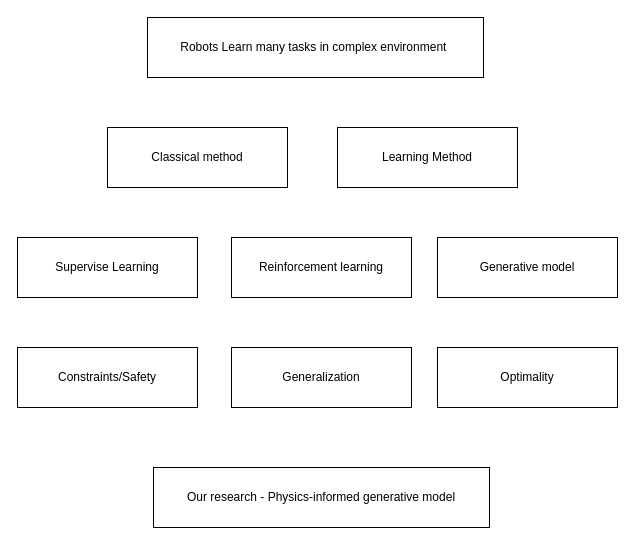
Before: Untitled Diagram.drawio in IanHuangYH/Paper_Submission_Chart, a draw.io diagram. Source tidied: cells renumbered, new cells numbered last; positions are measured from the earlier drawing's top-left corner, leaving out a move shared by most shapes. Both pictures are drawn from the tidied source at 100%, with x=0, y=0 at pixel (17, 17).
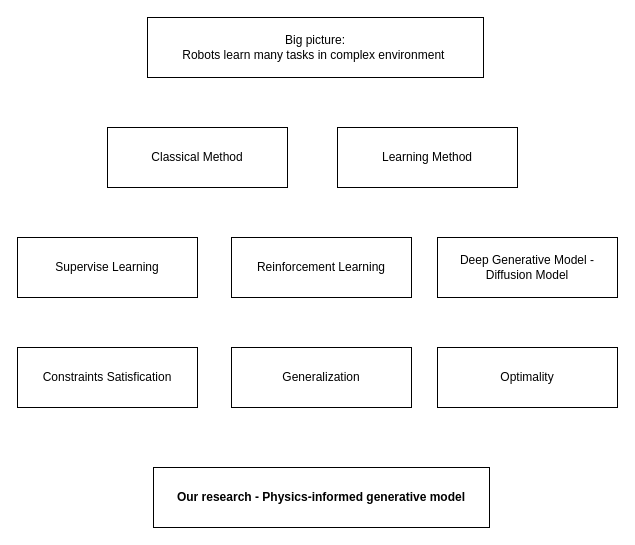
Above is the later version.

The edit, as a diff of the source:
```diff
@@
 <mxGraphModel>
   <root>
     <mxCell id="0" />
     <mxCell id="1" parent="0" />
-    <mxCell id="2" value="Robots Learn many tasks in complex environment&amp;nbsp;" style="rounded=0;whiteSpace=wrap;html=1;" parent="1" vertex="1">
+    <mxCell id="2" value="Big picture:&lt;br&gt;Robots learn many tasks in complex environment&amp;nbsp;" style="rounded=0;whiteSpace=wrap;html=1;" parent="1" vertex="1">
       <mxGeometry x="130" width="336" height="60" as="geometry" />
     </mxCell>
-    <mxCell id="3" value="Classical method" style="rounded=0;whiteSpace=wrap;html=1;" parent="1" vertex="1">
+    <mxCell id="3" value="Classical Method" style="rounded=0;whiteSpace=wrap;html=1;" parent="1" vertex="1">
       <mxGeometry x="90" y="110" width="180" height="60" as="geometry" />
     </mxCell>
     <mxCell id="4" value="Learning Method" style="rounded=0;whiteSpace=wrap;html=1;" parent="1" vertex="1">
       <mxGeometry x="320" y="110" width="180" height="60" as="geometry" />
     </mxCell>
     <mxCell id="5" value="Supervise Learning" style="rounded=0;whiteSpace=wrap;html=1;" parent="1" vertex="1">
       <mxGeometry y="220" width="180" height="60" as="geometry" />
     </mxCell>
-    <mxCell id="6" value="Reinforcement learning" style="rounded=0;whiteSpace=wrap;html=1;" parent="1" vertex="1">
+    <mxCell id="6" value="Reinforcement Learning" style="rounded=0;whiteSpace=wrap;html=1;" parent="1" vertex="1">
       <mxGeometry x="214" y="220" width="180" height="60" as="geometry" />
     </mxCell>
-    <mxCell id="7" value="Generative model" style="rounded=0;whiteSpace=wrap;html=1;" parent="1" vertex="1">
+    <mxCell id="7" value="Deep Generative Model -&lt;br&gt;Diffusion Model" style="rounded=0;whiteSpace=wrap;html=1;" parent="1" vertex="1">
       <mxGeometry x="420" y="220" width="180" height="60" as="geometry" />
     </mxCell>
-    <mxCell id="8" value="Constraints/Safety" style="rounded=0;whiteSpace=wrap;html=1;" parent="1" vertex="1">
+    <mxCell id="8" value="Constraints Satisfication" style="rounded=0;whiteSpace=wrap;html=1;" parent="1" vertex="1">
       <mxGeometry y="330" width="180" height="60" as="geometry" />
     </mxCell>
     <mxCell id="9" value="Generalization" style="rounded=0;whiteSpace=wrap;html=1;" parent="1" vertex="1">
       <mxGeometry x="214" y="330" width="180" height="60" as="geometry" />
     </mxCell>
     <mxCell id="10" value="Optimality" style="rounded=0;whiteSpace=wrap;html=1;" parent="1" vertex="1">
       <mxGeometry x="420" y="330" width="180" height="60" as="geometry" />
     </mxCell>
-    <mxCell id="11" value="Our research - Physics-informed generative model" style="rounded=0;whiteSpace=wrap;html=1;" parent="1" vertex="1">
+    <mxCell id="11" value="&lt;b&gt;Our research - Physics-informed generative model&lt;/b&gt;" style="rounded=0;whiteSpace=wrap;html=1;" parent="1" vertex="1">
       <mxGeometry x="136" y="450" width="336" height="60" as="geometry" />
     </mxCell>
   </root>
 </mxGraphModel>
```
